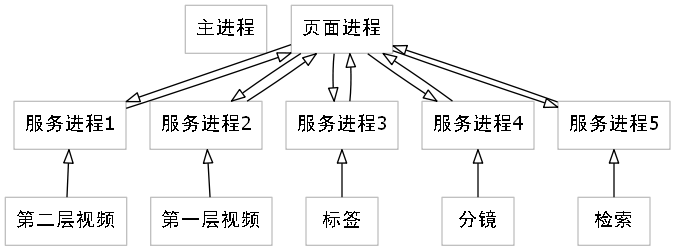
WingDust/Sheer keeps this Graphviz diagram as Structure.png. Above is the earlier version. Its source is kept beside it as Structure.dot.
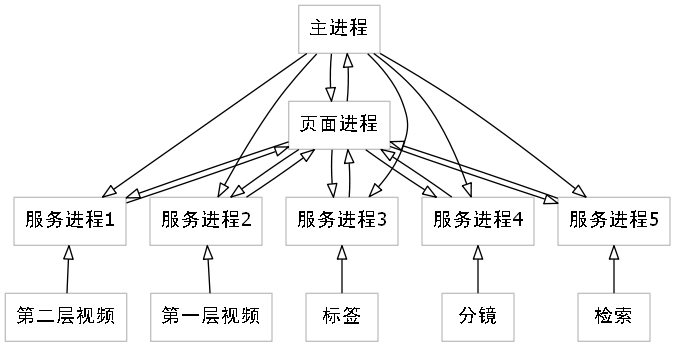
Above is the later version.

Diff of the diagram source:
```diff
@@ -3,6 +3,7 @@
   node [color=gray,shape=box,fontname="优设好身体"];
   edge [arrowhead = "empty" fontname="Source Code Variable ExtraLight Italic"]
 
+  {rank = min; 主进程}
   主进程
   页面进程
   服务进程1
@@ -10,8 +11,9 @@
   服务进程3
   服务进程4
   {rank = same;服务进程1 服务进程2 服务进程3 服务进程4 服务进程5}
+  主进程 -> {页面进程 服务进程1 服务进程2 服务进程3 服务进程4 服务进程5} []
   {服务进程1 服务进程2 服务进程3 服务进程4 服务进程5} -> 页面进程
-  页面进程 -> {服务进程1 服务进程2 服务进程3 服务进程4 服务进程5}
+  页面进程 -> {主进程 服务进程1 服务进程2 服务进程3 服务进程4 服务进程5}
 
   第二层视频 -> 服务进程1
   第一层视频 -> 服务进程2
```
